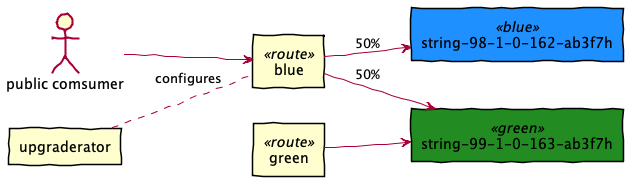
Earlier version of the PlantUML export images/blue-green-05.png (department-of-veterans-affairs/health-apis-deployer).
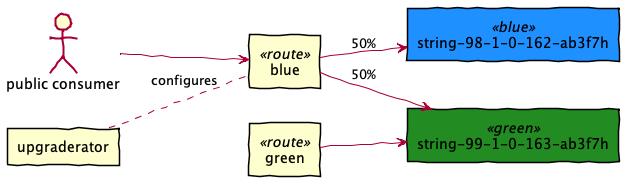
The same file after the commit.

What changed in the source:
```diff
@@ -12,7 +12,7 @@
 
 left to right direction
 
-actor "public comsumer" as p
+actor "public consumer" as p
 rectangle upgraderator as u
 rectangle blue <<route>> as br
 rectangle green <<route>> as gr
```
